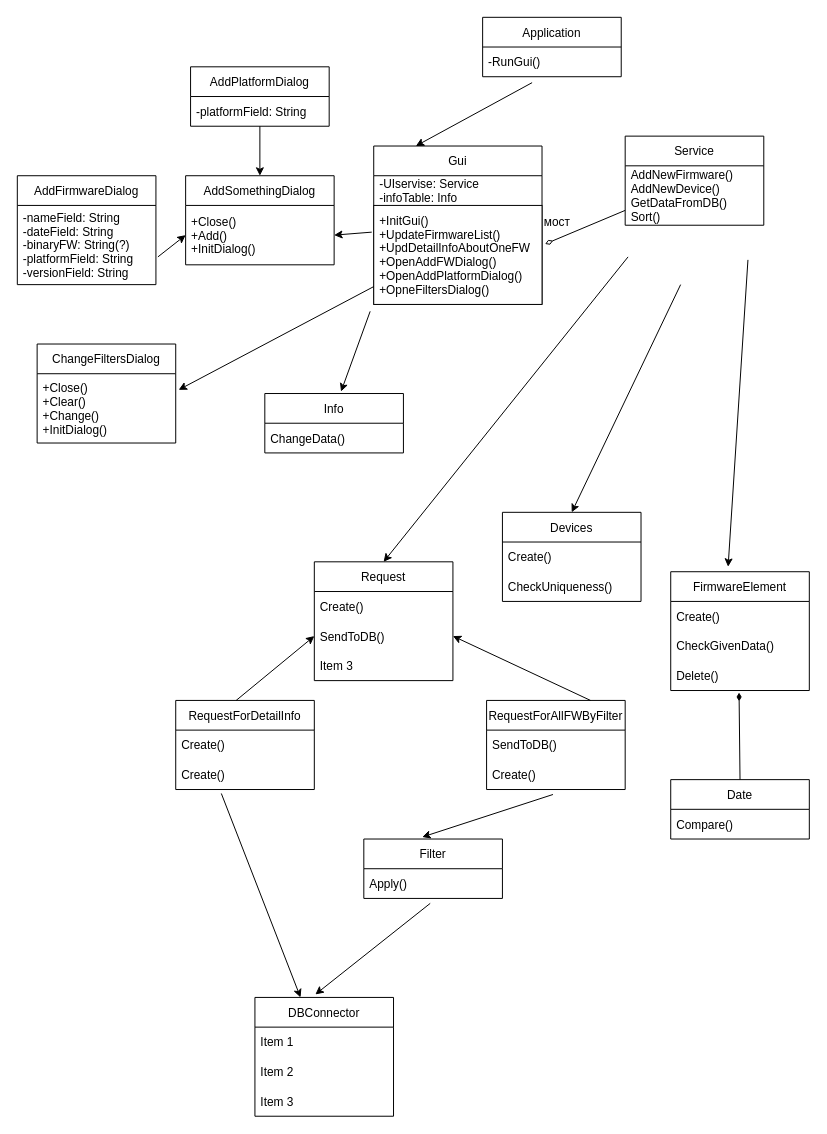
The draw.io diagram kursDiag.drawio in sophiiako/unik, before the edit. Source tidied: cells renumbered, new cells numbered last; positions are measured from the earlier drawing's top-left corner, leaving out a move shared by most shapes. Both pictures are drawn from the tidied source at 99%, with x=0, y=0 at pixel (17, 17).
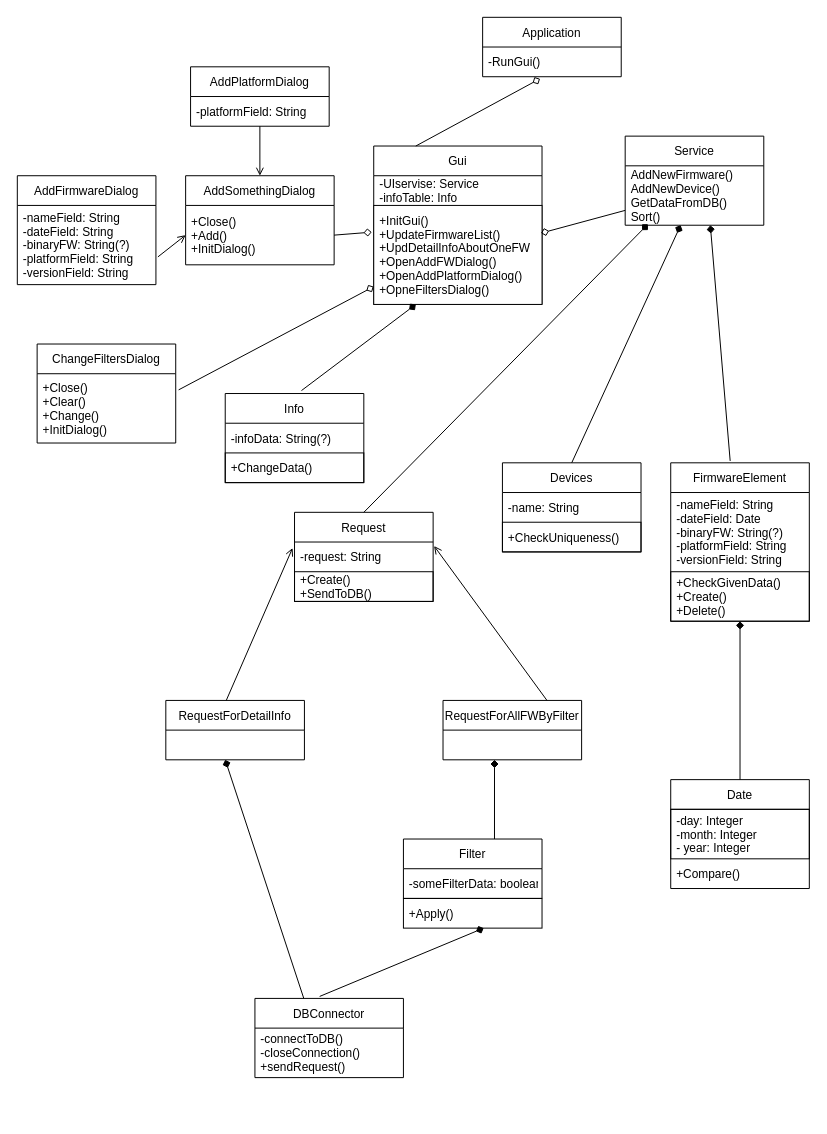
Above is the later version.

Unchanged cells that the change refers to:
```xml
<mxCell id="3" value="-RunGui()" style="text;strokeColor=none;fillColor=none;align=left;verticalAlign=middle;spacingLeft=4;spacingRight=4;overflow=hidden;points=[[0,0.5],[1,0.5]];portConstraint=eastwest;" parent="2" vertex="1">
  <mxGeometry y="30" width="140" height="30" as="geometry" />
</mxCell>
<mxCell id="5" value="AddNewFirmware()&#10;AddNewDevice()&#10;GetDataFromDB()&#10;Sort()" style="text;strokeColor=none;fillColor=none;align=left;verticalAlign=middle;spacingLeft=4;spacingRight=4;overflow=hidden;points=[[0,0.5],[1,0.5]];portConstraint=eastwest;" parent="4" vertex="1">
  <mxGeometry y="30" width="140" height="60" as="geometry" />
</mxCell>
<mxCell id="6" value="Gui" style="swimlane;fontStyle=0;horizontal=1;startSize=30;" parent="1" vertex="1">
  <mxGeometry x="360" y="130" width="170" height="160" as="geometry" />
</mxCell>
<mxCell id="8" value="+InitGui()&#10;+UpdateFirmwareList()&#10;+UpdDetailInfoAboutOneFW&#10;+OpenAddFWDialog()&#10;+OpenAddPlatformDialog()&#10;+OpneFiltersDialog()" style="text;strokeColor=default;fillColor=default;align=left;verticalAlign=middle;spacingLeft=4;spacingRight=4;overflow=hidden;points=[[0,0.5],[1,0.5]];portConstraint=eastwest;" parent="6" vertex="1">
  <mxGeometry y="60" width="170" height="100" as="geometry" />
</mxCell>
<mxCell id="48" value="AddSomethingDialog" style="swimlane;fontStyle=0;horizontal=1;startSize=30;" parent="1" vertex="1">
  <mxGeometry x="170" y="160" width="150" height="90" as="geometry" />
</mxCell>
<mxCell id="49" value="+Close()&#10;+Add()&#10;+InitDialog()" style="text;strokeColor=none;fillColor=none;align=left;verticalAlign=middle;spacingLeft=4;spacingRight=4;overflow=hidden;points=[[0,0.5],[1,0.5]];portConstraint=eastwest;" parent="48" vertex="1">
  <mxGeometry y="30" width="150" height="60" as="geometry" />
</mxCell>
<mxCell id="59" value="+Close()&#10;+Clear()&#10;+Change()&#10;+InitDialog()" style="text;strokeColor=none;fillColor=none;align=left;verticalAlign=middle;spacingLeft=4;spacingRight=4;overflow=hidden;points=[[0,0.5],[1,0.5]];portConstraint=eastwest;" parent="58" vertex="1">
  <mxGeometry y="30" width="140" height="70" as="geometry" />
</mxCell>
```

Change to the diagram source:
```diff
@@
     <mxCell id="9" value="Date" style="swimlane;fontStyle=0;horizontal=1;startSize=30;" parent="1" vertex="1">
-      <mxGeometry x="660" y="770" width="140" height="60" as="geometry" />
+      <mxGeometry x="660" y="770" width="140" height="110" as="geometry" />
     </mxCell>
+    <mxCell id="61" value="-day: Integer&#10;-month: Integer&#10;- year: Integer" style="text;strokeColor=default;fillColor=none;align=left;verticalAlign=middle;spacingLeft=4;spacingRight=4;overflow=hidden;" parent="9" vertex="1">
+      <mxGeometry y="30" width="140" height="50" as="geometry" />
+    </mxCell>
-    <mxCell id="10" value="Compare()" style="text;strokeColor=none;fillColor=none;align=left;verticalAlign=middle;spacingLeft=4;spacingRight=4;overflow=hidden;" parent="9" vertex="1">
-      <mxGeometry y="30" width="140" height="30" as="geometry" />
+    <mxCell id="10" value="+Compare()" style="text;strokeColor=none;fillColor=none;align=left;verticalAlign=middle;spacingLeft=4;spacingRight=4;overflow=hidden;" parent="9" vertex="1">
+      <mxGeometry y="80" width="140" height="30" as="geometry" />
     </mxCell>
     <mxCell id="11" value="DBConnector" style="swimlane;fontStyle=0;horizontal=1;startSize=30;" parent="1" vertex="1">
-      <mxGeometry x="240" y="990" width="140" height="120" as="geometry" />
+      <mxGeometry x="240" y="991" width="150" height="80" as="geometry" />
     </mxCell>
-    <mxCell id="12" value="Item 1" style="text;strokeColor=none;fillColor=none;align=left;verticalAlign=middle;spacingLeft=4;spacingRight=4;overflow=hidden;" parent="11" vertex="1">
-      <mxGeometry y="30" width="140" height="30" as="geometry" />
+    <mxCell id="12" value="-connectToDB()&#10;-closeConnection()&#10;+sendRequest()" style="text;strokeColor=none;fillColor=none;align=left;verticalAlign=middle;spacingLeft=4;spacingRight=4;overflow=hidden;" parent="11" vertex="1">
+      <mxGeometry y="30" width="150" height="50" as="geometry" />
     </mxCell>
-    <mxCell id="13" value="Item 2" style="text;strokeColor=none;fillColor=none;align=left;verticalAlign=middle;spacingLeft=4;spacingRight=4;overflow=hidden;" parent="11" vertex="1">
-      <mxGeometry y="60" width="140" height="30" as="geometry" />
-    </mxCell>
-    <mxCell id="14" value="Item 3" style="text;strokeColor=none;fillColor=none;align=left;verticalAlign=middle;spacingLeft=4;spacingRight=4;overflow=hidden;" parent="11" vertex="1">
-      <mxGeometry y="90" width="140" height="30" as="geometry" />
-    </mxCell>
     <mxCell id="15" value="Devices" style="swimlane;fontStyle=0;horizontal=1;startSize=30;" parent="1" vertex="1">
-      <mxGeometry x="490" y="500" width="140" height="90" as="geometry" />
+      <mxGeometry x="490" y="450" width="140" height="90" as="geometry" />
     </mxCell>
-    <mxCell id="16" value="Create()" style="text;strokeColor=none;fillColor=none;align=left;verticalAlign=middle;spacingLeft=4;spacingRight=4;overflow=hidden;" parent="15" vertex="1">
+    <mxCell id="16" value="-name: String" style="text;strokeColor=none;fillColor=none;align=left;verticalAlign=middle;spacingLeft=4;spacingRight=4;overflow=hidden;" parent="15" vertex="1">
       <mxGeometry y="30" width="140" height="30" as="geometry" />
     </mxCell>
-    <mxCell id="17" value="CheckUniqueness()" style="text;strokeColor=none;fillColor=none;align=left;verticalAlign=middle;spacingLeft=4;spacingRight=4;overflow=hidden;" parent="15" vertex="1">
+    <mxCell id="17" value="+CheckUniqueness()" style="text;strokeColor=default;fillColor=none;align=left;verticalAlign=middle;spacingLeft=4;spacingRight=4;overflow=hidden;" parent="15" vertex="1">
       <mxGeometry y="60" width="140" height="30" as="geometry" />
     </mxCell>
     <mxCell id="18" value="Filter" style="swimlane;fontStyle=0;horizontal=1;startSize=30;" parent="1" vertex="1">
-      <mxGeometry x="350" y="830" width="140" height="60" as="geometry" />
+      <mxGeometry x="390" y="830" width="140" height="60" as="geometry" />
     </mxCell>
-    <mxCell id="19" value="Apply()" style="text;strokeColor=none;fillColor=none;align=left;verticalAlign=middle;spacingLeft=4;spacingRight=4;overflow=hidden;points=[[0,0.5],[1,0.5]];portConstraint=eastwest;" parent="18" vertex="1">
-      <mxGeometry y="30" width="140" height="30" as="geometry" />
-    </mxCell>
+    <mxCell id="62" value="-someFilterData: boolean" style="text;strokeColor=none;fillColor=none;align=left;verticalAlign=middle;spacingLeft=4;spacingRight=4;overflow=hidden;" parent="18" vertex="1">
+      <mxGeometry y="30" width="140" height="30" as="geometry" />
+    </mxCell>
     <mxCell id="20" value="FirmwareElement" style="swimlane;fontStyle=0;horizontal=1;startSize=30;" parent="1" vertex="1">
-      <mxGeometry x="660" y="560" width="140" height="120" as="geometry" />
+      <mxGeometry x="660" y="450" width="140" height="160" as="geometry" />
     </mxCell>
+    <mxCell id="63" value="-nameField: String&#10;-dateField: Date&#10;-binaryFW: String(?)&#10;-platformField: String&#10;-versionField: String" style="text;strokeColor=none;fillColor=none;align=left;verticalAlign=middle;spacingLeft=4;spacingRight=4;overflow=hidden;" parent="20" vertex="1">
+      <mxGeometry y="30" width="140" height="80" as="geometry" />
+    </mxCell>
-    <mxCell id="21" value="Create()" style="text;strokeColor=none;fillColor=none;align=left;verticalAlign=middle;spacingLeft=4;spacingRight=4;overflow=hidden;" parent="20" vertex="1">
-      <mxGeometry y="30" width="140" height="30" as="geometry" />
+    <mxCell id="21" value="+CheckGivenData()&#10;+Create()&#10;+Delete()" style="text;strokeColor=default;fillColor=none;align=left;verticalAlign=middle;spacingLeft=4;spacingRight=4;overflow=hidden;" parent="20" vertex="1">
+      <mxGeometry y="110" width="140" height="50" as="geometry" />
     </mxCell>
-    <mxCell id="22" value="CheckGivenData()" style="text;strokeColor=none;fillColor=none;align=left;verticalAlign=middle;spacingLeft=4;spacingRight=4;overflow=hidden;" parent="20" vertex="1">
-      <mxGeometry y="60" width="140" height="30" as="geometry" />
-    </mxCell>
-    <mxCell id="23" value="Delete()" style="text;strokeColor=none;fillColor=none;align=left;verticalAlign=middle;spacingLeft=4;spacingRight=4;overflow=hidden;points=[[0,0.5],[1,0.5]];portConstraint=eastwest;" parent="20" vertex="1">
-      <mxGeometry y="90" width="140" height="30" as="geometry" />
-    </mxCell>
     <mxCell id="24" value="Info" style="swimlane;fontStyle=0;horizontal=1;startSize=30;" parent="1" vertex="1">
-      <mxGeometry x="250" y="380" width="140" height="60" as="geometry" />
+      <mxGeometry x="210" y="380" width="140" height="90" as="geometry" />
     </mxCell>
+    <mxCell id="64" value="-infoData: String(?)" style="text;strokeColor=none;fillColor=none;align=left;verticalAlign=middle;spacingLeft=4;spacingRight=4;overflow=hidden;" parent="24" vertex="1">
+      <mxGeometry y="30" width="140" height="30" as="geometry" />
+    </mxCell>
-    <mxCell id="25" value="ChangeData()" style="text;strokeColor=none;fillColor=none;align=left;verticalAlign=middle;spacingLeft=4;spacingRight=4;overflow=hidden;" parent="24" vertex="1">
-      <mxGeometry y="30" width="140" height="30" as="geometry" />
+    <mxCell id="25" value="+ChangeData()" style="text;strokeColor=default;fillColor=none;align=left;verticalAlign=middle;spacingLeft=4;spacingRight=4;overflow=hidden;" parent="24" vertex="1">
+      <mxGeometry y="60" width="140" height="30" as="geometry" />
     </mxCell>
     <mxCell id="26" value="Request" style="swimlane;fontStyle=0;horizontal=1;startSize=30;" parent="1" vertex="1">
-      <mxGeometry x="300" y="550" width="140" height="120" as="geometry" />
+      <mxGeometry x="280" y="500" width="140" height="90" as="geometry" />
     </mxCell>
+    <mxCell id="65" value="-request: String" style="text;strokeColor=none;fillColor=none;align=left;verticalAlign=middle;spacingLeft=4;spacingRight=4;overflow=hidden;points=[[0,0.5],[1,0.5]];portConstraint=eastwest;" parent="26" vertex="1">
+      <mxGeometry y="30" width="140" height="30" as="geometry" />
+    </mxCell>
-    <mxCell id="27" value="Create()" style="text;strokeColor=none;fillColor=none;align=left;verticalAlign=middle;spacingLeft=4;spacingRight=4;overflow=hidden;" parent="26" vertex="1">
-      <mxGeometry y="30" width="140" height="30" as="geometry" />
+    <mxCell id="27" value="+Create()&#10;+SendToDB()" style="text;strokeColor=default;fillColor=none;align=left;verticalAlign=middle;spacingLeft=4;spacingRight=4;overflow=hidden;" parent="26" vertex="1">
+      <mxGeometry y="60" width="140" height="30" as="geometry" />
     </mxCell>
-    <mxCell id="28" value="SendToDB()" style="text;strokeColor=none;fillColor=none;align=left;verticalAlign=middle;spacingLeft=4;spacingRight=4;overflow=hidden;points=[[0,0.5],[1,0.5]];portConstraint=eastwest;" parent="26" vertex="1">
-      <mxGeometry y="60" width="140" height="30" as="geometry" />
-    </mxCell>
-    <mxCell id="29" value="Item 3" style="text;strokeColor=none;fillColor=none;align=left;verticalAlign=middle;spacingLeft=4;spacingRight=4;overflow=hidden;" parent="26" vertex="1">
-      <mxGeometry y="90" width="140" height="30" as="geometry" />
-    </mxCell>
-    <mxCell id="30" style="endArrow=none;html=1;rounded=0;startArrow=diamondThin;startFill=0;entryX=0;entryY=0.5;entryDx=0;entryDy=0;exitX=1.018;exitY=0.39;exitDx=0;exitDy=0;endFill=0;exitPerimeter=0;" parent="1" edge="1" source="8">
+    <mxCell id="30" style="endArrow=none;html=1;rounded=0;startArrow=diamond;startFill=0;entryX=0;entryY=0.5;entryDx=0;entryDy=0;endFill=0;exitX=0.994;exitY=0.28;exitDx=0;exitDy=0;exitPerimeter=0;" parent="1" edge="1" source="8">
       <mxGeometry relative="1" as="geometry">
         <mxPoint x="614" y="195" as="targetPoint" />
       </mxGeometry>
     </mxCell>
-    <mxCell id="31" value="мост" style="text;html=1;align=center;verticalAlign=middle;strokeColor=none;fillColor=none;" parent="1" vertex="1">
-      <mxGeometry x="525" y="197" width="40" height="20" as="geometry" />
-    </mxCell>
-    <mxCell id="32" style="endArrow=classic;html=1;rounded=0;exitX=0.886;exitY=1.167;exitDx=0;exitDy=0;entryX=0.414;entryY=-0.042;entryDx=0;entryDy=0;entryPerimeter=0;exitPerimeter=0;" parent="1" edge="1" target="20">
+    <mxCell id="32" style="endArrow=none;html=1;rounded=0;entryX=0.429;entryY=-0.012;entryDx=0;entryDy=0;entryPerimeter=0;startArrow=diamond;startFill=1;endFill=0;" parent="1" edge="1" target="20">
       <mxGeometry relative="1" as="geometry">
-        <mxPoint x="738" y="245" as="sourcePoint" />
+        <mxPoint x="700" y="210" as="sourcePoint" />
       </mxGeometry>
     </mxCell>
-    <mxCell id="33" style="endArrow=classic;html=1;rounded=0;entryX=0.5;entryY=0;entryDx=0;entryDy=0;" parent="1" edge="1" target="15">
+    <mxCell id="33" style="endArrow=none;html=1;rounded=0;entryX=0.5;entryY=0;entryDx=0;entryDy=0;startArrow=diamond;startFill=1;endFill=0;" parent="1" edge="1" target="15">
       <mxGeometry relative="1" as="geometry">
-        <mxPoint x="670" y="270" as="sourcePoint" />
+        <mxPoint x="670" y="210" as="sourcePoint" />
       </mxGeometry>
     </mxCell>
-    <mxCell id="34" style="endArrow=none;html=1;rounded=0;exitX=0.493;exitY=1.067;exitDx=0;exitDy=0;exitPerimeter=0;entryX=0.5;entryY=0;entryDx=0;entryDy=0;startArrow=diamondThin;startFill=1;endFill=0;" parent="1" edge="1" source="23" target="9">
-      <mxGeometry relative="1" as="geometry" />
+    <mxCell id="34" style="endArrow=none;html=1;rounded=0;entryX=0.5;entryY=0;entryDx=0;entryDy=0;startArrow=diamond;startFill=1;endFill=0;" parent="1" edge="1" target="9">
+      <mxGeometry relative="1" as="geometry">
+        <mxPoint x="730" y="610" as="sourcePoint" />
+      </mxGeometry>
     </mxCell>
-    <mxCell id="35" style="endArrow=classic;html=1;rounded=0;exitX=0.021;exitY=1.067;exitDx=0;exitDy=0;exitPerimeter=0;entryX=0.5;entryY=0;entryDx=0;entryDy=0;" parent="1" edge="1" target="26">
-      <mxGeometry relative="1" as="geometry">
-        <mxPoint x="616.9" y="242" as="sourcePoint" />
-      </mxGeometry>
+    <mxCell id="35" style="endArrow=none;html=1;rounded=0;exitX=0.164;exitY=0.983;exitDx=0;exitDy=0;exitPerimeter=0;entryX=0.5;entryY=0;entryDx=0;entryDy=0;startArrow=diamond;startFill=1;endFill=0;" parent="1" edge="1" source="5" target="26">
+      <mxGeometry relative="1" as="geometry" />
     </mxCell>
-    <mxCell id="36" style="endArrow=classic;html=1;rounded=0;exitX=0.357;exitY=1.2;exitDx=0;exitDy=0;exitPerimeter=0;entryX=0.25;entryY=0;entryDx=0;entryDy=0;" parent="1" edge="1" source="3" target="6">
+    <mxCell id="36" style="endArrow=none;html=1;rounded=0;exitX=0.414;exitY=1.067;exitDx=0;exitDy=0;exitPerimeter=0;entryX=0.25;entryY=0;entryDx=0;entryDy=0;endFill=0;startArrow=diamond;startFill=0;" parent="1" edge="1" source="3" target="6">
       <mxGeometry relative="1" as="geometry" />
     </mxCell>
-    <mxCell id="37" style="endArrow=classic;html=1;rounded=0;exitX=-0.021;exitY=-0.1;exitDx=0;exitDy=0;exitPerimeter=0;entryX=0.55;entryY=-0.033;entryDx=0;entryDy=0;entryPerimeter=0;" parent="1" edge="1" target="24">
-      <mxGeometry relative="1" as="geometry">
-        <mxPoint x="356.4" y="297" as="sourcePoint" />
-      </mxGeometry>
+    <mxCell id="37" style="endArrow=none;html=1;rounded=0;exitX=0.25;exitY=1;exitDx=0;exitDy=0;entryX=0.55;entryY=-0.033;entryDx=0;entryDy=0;entryPerimeter=0;startArrow=diamond;startFill=1;endFill=0;" parent="1" edge="1" source="6" target="24">
+      <mxGeometry relative="1" as="geometry" />
     </mxCell>
     <mxCell id="38" value="RequestForDetailInfo" style="swimlane;fontStyle=0;horizontal=1;startSize=30;" parent="1" vertex="1">
-      <mxGeometry x="160" y="690" width="140" height="90" as="geometry" />
+      <mxGeometry x="150" y="690" width="140" height="60" as="geometry" />
     </mxCell>
-    <mxCell id="39" value="Create()" style="text;strokeColor=none;fillColor=none;align=left;verticalAlign=middle;spacingLeft=4;spacingRight=4;overflow=hidden;" parent="38" vertex="1">
-      <mxGeometry y="30" width="140" height="30" as="geometry" />
-    </mxCell>
-    <mxCell id="40" value="Create()" style="text;strokeColor=none;fillColor=none;align=left;verticalAlign=middle;spacingLeft=4;spacingRight=4;overflow=hidden;points=[[0,0.5],[1,0.5]];portConstraint=eastwest;" parent="38" vertex="1">
-      <mxGeometry y="60" width="140" height="30" as="geometry" />
-    </mxCell>
     <mxCell id="41" value="RequestForAllFWByFilter" style="swimlane;fontStyle=0;horizontal=1;startSize=30;" parent="1" vertex="1">
-      <mxGeometry x="474" y="690" width="140" height="90" as="geometry" />
+      <mxGeometry x="430" y="690" width="140" height="60" as="geometry" />
     </mxCell>
-    <mxCell id="42" value="SendToDB()" style="text;strokeColor=none;fillColor=none;align=left;verticalAlign=middle;spacingLeft=4;spacingRight=4;overflow=hidden;" parent="41" vertex="1">
-      <mxGeometry y="30" width="140" height="30" as="geometry" />
-    </mxCell>
-    <mxCell id="43" value="Create()" style="text;strokeColor=none;fillColor=none;align=left;verticalAlign=middle;spacingLeft=4;spacingRight=4;overflow=hidden;points=[[0,0.5],[1,0.5]];portConstraint=eastwest;" parent="41" vertex="1">
-      <mxGeometry y="60" width="140" height="30" as="geometry" />
-    </mxCell>
-    <mxCell id="44" style="endArrow=classic;html=1;rounded=0;exitX=0.436;exitY=0;exitDx=0;exitDy=0;exitPerimeter=0;entryX=0;entryY=0.5;entryDx=0;entryDy=0;" parent="1" edge="1" source="38" target="28">
+    <mxCell id="44" style="endArrow=open;html=1;rounded=0;exitX=0.436;exitY=0;exitDx=0;exitDy=0;exitPerimeter=0;entryX=-0.014;entryY=0.2;entryDx=0;entryDy=0;entryPerimeter=0;endFill=0;" parent="1" edge="1" source="38" target="65">
       <mxGeometry relative="1" as="geometry" />
     </mxCell>
-    <mxCell id="45" style="endArrow=classic;html=1;rounded=0;exitX=0.75;exitY=0;exitDx=0;exitDy=0;entryX=1;entryY=0.5;entryDx=0;entryDy=0;" parent="1" edge="1" source="41" target="28">
+    <mxCell id="45" style="endArrow=open;html=1;rounded=0;exitX=0.75;exitY=0;exitDx=0;exitDy=0;entryX=1.007;entryY=0.133;entryDx=0;entryDy=0;entryPerimeter=0;endFill=0;" parent="1" edge="1" source="41" target="65">
       <mxGeometry relative="1" as="geometry" />
     </mxCell>
-    <mxCell id="46" style="endArrow=classic;html=1;rounded=0;exitX=0.479;exitY=1.167;exitDx=0;exitDy=0;exitPerimeter=0;entryX=0.421;entryY=-0.033;entryDx=0;entryDy=0;entryPerimeter=0;" parent="1" edge="1" source="43" target="18">
-      <mxGeometry relative="1" as="geometry" />
+    <mxCell id="46" style="endArrow=none;html=1;rounded=0;entryX=0.657;entryY=0;entryDx=0;entryDy=0;entryPerimeter=0;startArrow=diamond;startFill=1;endFill=0;" parent="1" edge="1" target="18">
+      <mxGeometry relative="1" as="geometry">
+        <mxPoint x="482" y="750" as="sourcePoint" />
+      </mxGeometry>
     </mxCell>
-    <mxCell id="47" style="endArrow=classic;html=1;rounded=0;exitX=0.479;exitY=1.167;exitDx=0;exitDy=0;exitPerimeter=0;entryX=0.436;entryY=-0.025;entryDx=0;entryDy=0;entryPerimeter=0;" parent="1" edge="1" source="19" target="11">
+    <mxCell id="47" style="endArrow=none;html=1;rounded=0;exitX=0.579;exitY=1;exitDx=0;exitDy=0;exitPerimeter=0;entryX=0.436;entryY=-0.025;entryDx=0;entryDy=0;entryPerimeter=0;startArrow=diamond;startFill=1;endFill=0;" parent="1" edge="1" source="19" target="11">
       <mxGeometry relative="1" as="geometry" />
     </mxCell>
@@
-    <mxCell id="54" style="endArrow=classic;html=1;rounded=0;exitX=-0.014;exitY=-0.1;exitDx=0;exitDy=0;exitPerimeter=0;entryX=1;entryY=0.5;entryDx=0;entryDy=0;" parent="1" edge="1" target="49">
+    <mxCell id="54" style="endArrow=none;html=1;rounded=0;exitX=-0.014;exitY=-0.1;exitDx=0;exitDy=0;exitPerimeter=0;entryX=1;entryY=0.5;entryDx=0;entryDy=0;endFill=0;startArrow=diamond;startFill=0;" parent="1" edge="1" target="49">
       <mxGeometry relative="1" as="geometry">
         <mxPoint x="358" y="217" as="sourcePoint" />
       </mxGeometry>
     </mxCell>
-    <mxCell id="55" style="endArrow=classic;html=1;rounded=0;exitX=1.014;exitY=0.733;exitDx=0;exitDy=0;exitPerimeter=0;entryX=0;entryY=0.5;entryDx=0;entryDy=0;" parent="1" edge="1" target="49">
+    <mxCell id="55" style="endArrow=open;html=1;rounded=0;exitX=1.014;exitY=0.733;exitDx=0;exitDy=0;exitPerimeter=0;entryX=0;entryY=0.5;entryDx=0;entryDy=0;endFill=0;" parent="1" edge="1" target="49">
       <mxGeometry relative="1" as="geometry">
         <mxPoint x="142" y="242" as="sourcePoint" />
       </mxGeometry>
     </mxCell>
-    <mxCell id="56" style="endArrow=classic;html=1;rounded=0;" parent="1" edge="1" target="48">
+    <mxCell id="56" style="endArrow=open;html=1;rounded=0;endFill=0;" parent="1" edge="1" target="48">
       <mxGeometry relative="1" as="geometry">
         <mxPoint x="245" y="110" as="sourcePoint" />
       </mxGeometry>
     </mxCell>
-    <mxCell id="57" style="endArrow=classic;html=1;rounded=0;exitX=0.329;exitY=1.133;exitDx=0;exitDy=0;exitPerimeter=0;entryX=0.329;entryY=0;entryDx=0;entryDy=0;entryPerimeter=0;" parent="1" edge="1" source="40" target="11">
-      <mxGeometry relative="1" as="geometry" />
+    <mxCell id="57" style="endArrow=none;html=1;rounded=0;entryX=0.329;entryY=0;entryDx=0;entryDy=0;entryPerimeter=0;startArrow=diamond;startFill=1;endFill=0;" parent="1" edge="1" target="11">
+      <mxGeometry relative="1" as="geometry">
+        <mxPoint x="210" y="750" as="sourcePoint" />
+      </mxGeometry>
     </mxCell>
@@
-    <mxCell id="60" style="endArrow=classic;html=1;rounded=0;exitX=0;exitY=0.067;exitDx=0;exitDy=0;exitPerimeter=0;entryX=1.021;entryY=0.233;entryDx=0;entryDy=0;entryPerimeter=0;" parent="1" edge="1" target="59">
+    <mxCell id="60" style="endArrow=none;html=1;rounded=0;exitX=0;exitY=0.067;exitDx=0;exitDy=0;exitPerimeter=0;entryX=1.021;entryY=0.233;entryDx=0;entryDy=0;entryPerimeter=0;startArrow=diamond;startFill=0;endFill=0;" parent="1" edge="1" target="59">
       <mxGeometry relative="1" as="geometry">
         <mxPoint x="360" y="272" as="sourcePoint" />
       </mxGeometry>
     </mxCell>
+    <mxCell id="19" value="+Apply()" style="text;strokeColor=default;fillColor=none;align=left;verticalAlign=middle;spacingLeft=4;spacingRight=4;overflow=hidden;points=[[0,0.5],[1,0.5]];portConstraint=eastwest;" parent="1" vertex="1">
+      <mxGeometry x="390" y="890" width="140" height="30" as="geometry" />
+    </mxCell>
```
